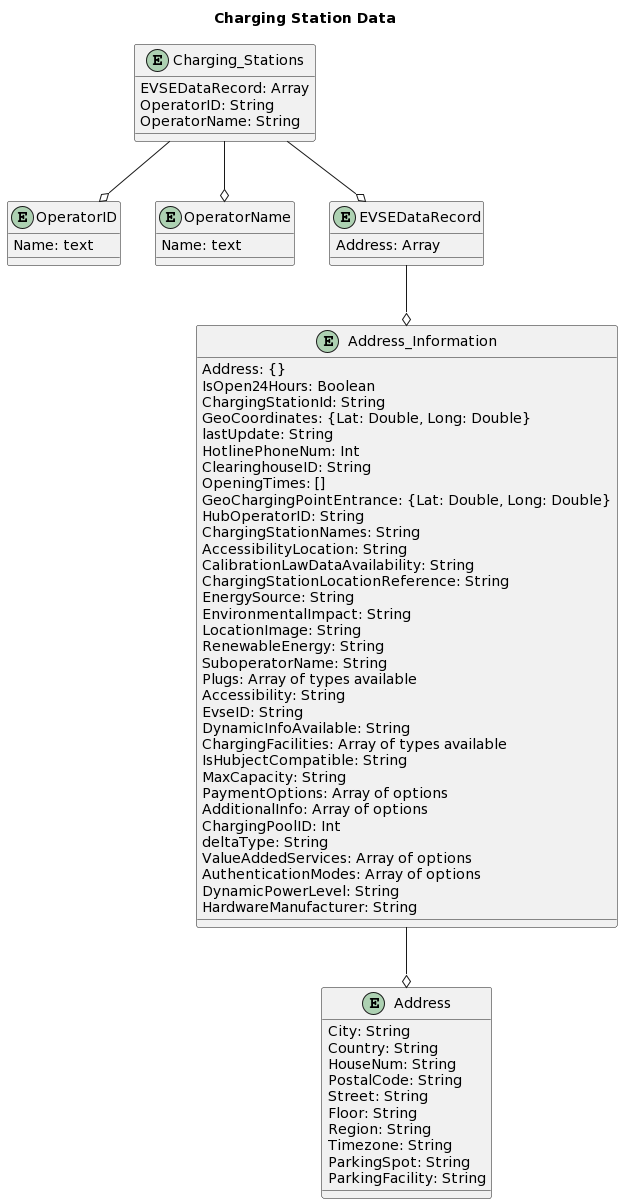
This is images/UML_diagramm.png from bernardo-cruz/MongoDB, a PlantUML export, as it was before one commit. Source of this version:
```plantuml
@startuml
title Charging Station Data

entity Charging_Stations {
  EVSEDataRecord: Array
  OperatorID: String
  OperatorName: String
}

entity OperatorID {
  Name: text
}

entity OperatorName {
  Name: text
}

entity EVSEDataRecord {
  Address: Array
}

entity Address_Information {
  Address: {}
  IsOpen24Hours: Boolean
  ChargingStationId: String
  GeoCoordinates: {Lat: Double, Long: Double}
  lastUpdate: String
  HotlinePhoneNum: Int
  ClearinghouseID: String
  OpeningTimes: []
  GeoChargingPointEntrance: {Lat: Double, Long: Double}
  HubOperatorID: String
  ChargingStationNames: String
  AccessibilityLocation: String
  CalibrationLawDataAvailability: String
  ChargingStationLocationReference: String
  EnergySource: String
  EnvironmentalImpact: String
  LocationImage: String
  RenewableEnergy: String
  SuboperatorName: String
  Plugs: Array of types available
  Accessibility: String
  EvseID: String
  DynamicInfoAvailable: String
  ChargingFacilities: Array of types available
  IsHubjectCompatible: String
  MaxCapacity: String
  PaymentOptions: Array of options
  AdditionalInfo: Array of options
  ChargingPoolID: Int
  deltaType: String
  ValueAddedServices: Array of options
  AuthenticationModes: Array of options
  DynamicPowerLevel: String
  HardwareManufacturer: String
}

entity Address {
  City: String
  Country: String
  HouseNum: String
  PostalCode: String
  Street: String
  Floor: String
  Region: String
  Timezone: String
  ParkingSpot: String
  ParkingFacility: String
}

Charging_Stations  --o  OperatorID
Charging_Stations  --o  OperatorName
Charging_Stations  --o  EVSEDataRecord
EVSEDataRecord --o  Address_Information
Address_Information --o  Address
@enduml
```
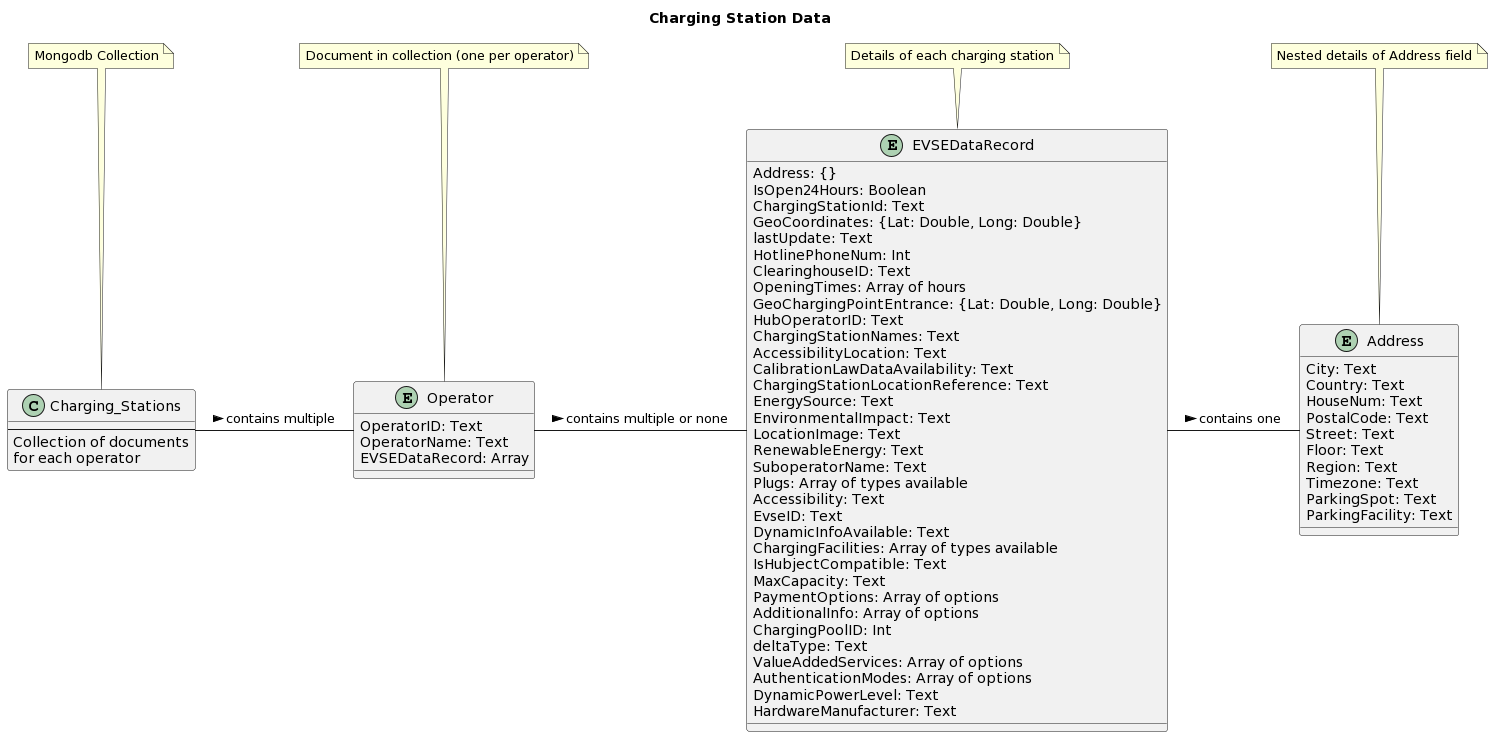
Later version of the same file.

Change to the diagram source:
```diff
@@ -1,77 +1,80 @@
 @startuml
 title Charging Station Data
 
-entity Charging_Stations {
-  EVSEDataRecord: Array
-  OperatorID: String
-  OperatorName: String
+Class Charging_Stations {
+  ---
+  Collection of documents\nfor each operator
 }
 
-entity OperatorID {
-  Name: text
+entity Operator {
+  OperatorID: Text
+  OperatorName: Text
+  EVSEDataRecord: Array
 }
 
-entity OperatorName {
-  Name: text
-}
 
 entity EVSEDataRecord {
-  Address: Array
-}
-
-entity Address_Information {
   Address: {}
   IsOpen24Hours: Boolean
-  ChargingStationId: String
+  ChargingStationId: Text
   GeoCoordinates: {Lat: Double, Long: Double}
-  lastUpdate: String
+  lastUpdate: Text
   HotlinePhoneNum: Int
-  ClearinghouseID: String
-  OpeningTimes: []
+  ClearinghouseID: Text
+  OpeningTimes: Array of hours
   GeoChargingPointEntrance: {Lat: Double, Long: Double}
-  HubOperatorID: String
-  ChargingStationNames: String
-  AccessibilityLocation: String
-  CalibrationLawDataAvailability: String
-  ChargingStationLocationReference: String
-  EnergySource: String
-  EnvironmentalImpact: String
-  LocationImage: String
-  RenewableEnergy: String
-  SuboperatorName: String
+  HubOperatorID: Text
+  ChargingStationNames: Text
+  AccessibilityLocation: Text
+  CalibrationLawDataAvailability: Text
+  ChargingStationLocationReference: Text
+  EnergySource: Text
+  EnvironmentalImpact: Text
+  LocationImage: Text
+  RenewableEnergy: Text
+  SuboperatorName: Text
   Plugs: Array of types available
-  Accessibility: String
-  EvseID: String
-  DynamicInfoAvailable: String
+  Accessibility: Text
+  EvseID: Text
+  DynamicInfoAvailable: Text
   ChargingFacilities: Array of types available
-  IsHubjectCompatible: String
-  MaxCapacity: String
+  IsHubjectCompatible: Text
+  MaxCapacity: Text
   PaymentOptions: Array of options
   AdditionalInfo: Array of options
   ChargingPoolID: Int
-  deltaType: String
+  deltaType: Text
   ValueAddedServices: Array of options
   AuthenticationModes: Array of options
-  DynamicPowerLevel: String
-  HardwareManufacturer: String
+  DynamicPowerLevel: Text
+  HardwareManufacturer: Text
 }
 
 entity Address {
-  City: String
-  Country: String
-  HouseNum: String
-  PostalCode: String
-  Street: String
-  Floor: String
-  Region: String
-  Timezone: String
-  ParkingSpot: String
-  ParkingFacility: String
+  City: Text
+  Country: Text
+  HouseNum: Text
+  PostalCode: Text
+  Street: Text
+  Floor: Text
+  Region: Text
+  Timezone: Text
+  ParkingSpot: Text
+  ParkingFacility: Text
 }
 
-Charging_Stations  --o  OperatorID
-Charging_Stations  --o  OperatorName
-Charging_Stations  --o  EVSEDataRecord
-EVSEDataRecord --o  Address_Information
-Address_Information --o  Address
+
+note "Document in collection (one per operator)" as N1
+note "Details of each charging station" as N2
+note "Mongodb Collection" as N3
+note "Nested details of Address field" as N4
+
+Charging_Stations  -  Operator : contains multiple >
+Operator - EVSEDataRecord : contains multiple or none >
+EVSEDataRecord - Address : contains one >
+
+N1 -- Operator
+N2 -- EVSEDataRecord
+N3 -- Charging_Stations
+N4 -- Address
 @enduml
```
